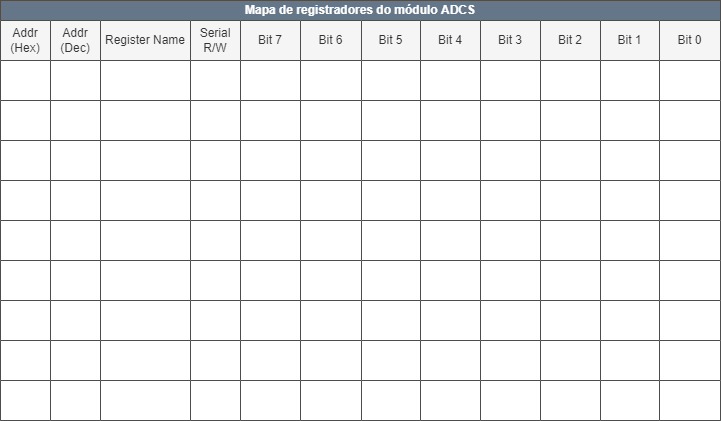
Before: documentation/registers.drawio.png, a diagram exported from draw.io (DIEGOVZK/ADCSST). Source tidied: cells renumbered, new cells last; positions are measured from the earlier drawing's top-left corner, leaving out a move shared by most shapes.
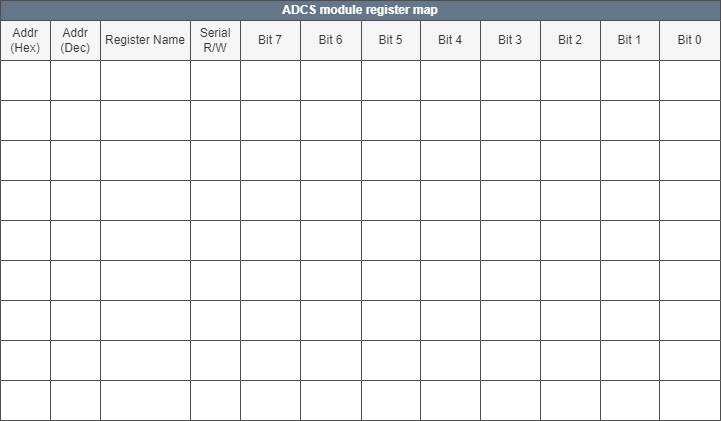
Above is the later version.

Commit message:
Updated background color of diagram 🎨

What changed in the source:
```diff
@@ -1,4 +1,4 @@
-<mxGraphModel>
+<mxGraphModel background="#ffffff">
   <root>
     <mxCell id="0" />
     <mxCell id="1" parent="0" />
@@ -8,7 +8,7 @@
     <mxCell id="3" style="shape=tableRow;horizontal=0;startSize=0;swimlaneHead=0;swimlaneBody=0;top=0;left=0;bottom=0;right=0;fillColor=none;" parent="2" vertex="1">
       <mxGeometry width="720" height="20" as="geometry" />
     </mxCell>
-    <mxCell id="4" value="Mapa de registradores do módulo ADCS" style="shape=partialRectangle;html=1;whiteSpace=wrap;top=1;left=1;bottom=1;right=1;overflow=hidden;rowspan=1;colspan=12;strokeWidth=1;perimeterSpacing=0;fillColor=#647687;fontColor=#ffffff;strokeColor=#4D4D4D;shadow=0;fontStyle=1;" parent="3" vertex="1">
+    <mxCell id="4" value="ADCS module register map" style="shape=partialRectangle;html=1;whiteSpace=wrap;top=1;left=1;bottom=1;right=1;overflow=hidden;rowspan=1;colspan=12;strokeWidth=1;perimeterSpacing=0;fillColor=#647687;fontColor=#ffffff;strokeColor=#4D4D4D;shadow=0;fontStyle=1;" parent="3" vertex="1">
       <mxGeometry width="720" height="20" as="geometry" />
     </mxCell>
     <mxCell id="5" style="shape=tableRow;horizontal=0;startSize=0;swimlaneHead=0;swimlaneBody=0;top=0;left=0;bottom=0;right=0;fillColor=none;" parent="2" vertex="1">
```
